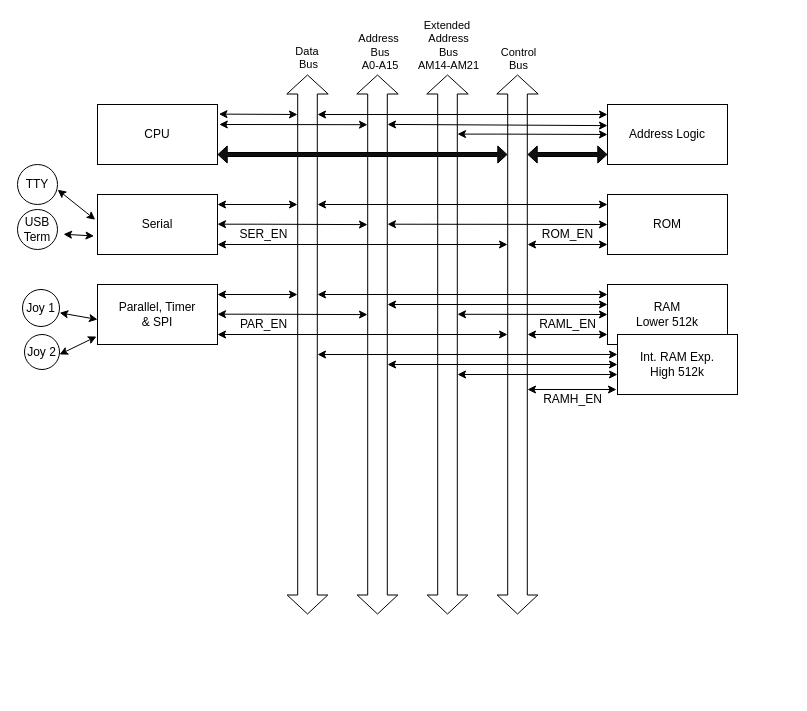
Above: img/Untitled Diagram.drawio in sperly/sperly.github.io (draw.io), before the change. Source tidied: cells renumbered, new cells numbered last; positions are measured from the earlier drawing's top-left corner, leaving out a move shared by most shapes. Both pictures are drawn from the tidied source at 100%, with x=0, y=0 at pixel (17, 74).
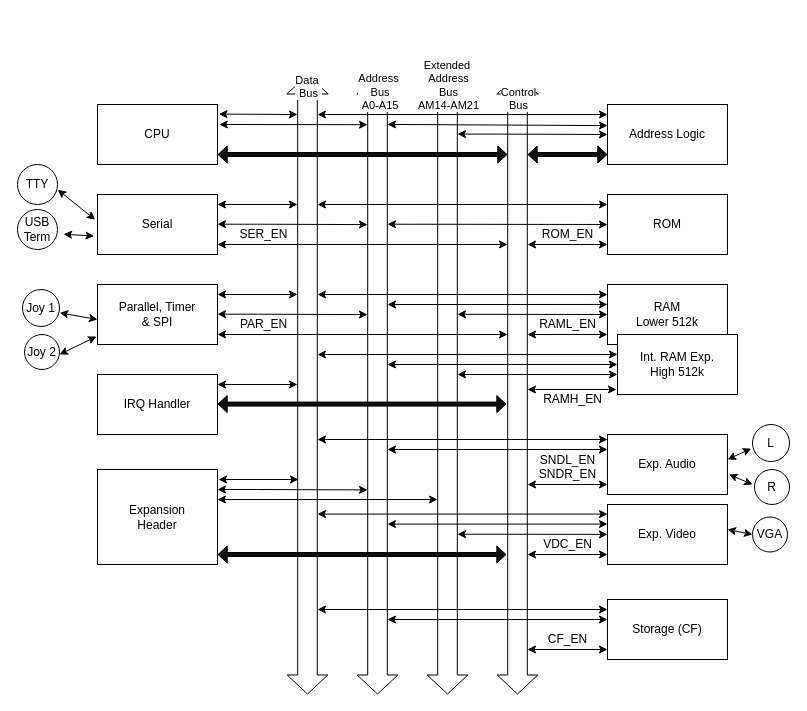
The same diagram, later.

Change to the diagram source:
```diff
@@
     <mxCell id="3" style="shape=flexArrow;endArrow=classic;startArrow=classic;html=1;rounded=0;endWidth=20.794871794871796;endSize=6;width=19.615384615384613;" parent="1" edge="1">
       <mxGeometry relative="1" as="geometry">
-        <mxPoint x="290" y="540" as="sourcePoint" />
+        <mxPoint x="290" y="620" as="sourcePoint" />
         <mxPoint x="290" as="targetPoint" />
       </mxGeometry>
     </mxCell>
@@
     <mxCell id="7" style="shape=flexArrow;endArrow=classic;startArrow=classic;html=1;rounded=0;endWidth=20.794871794871796;endSize=6;width=19.615384615384613;" parent="1" edge="1">
       <mxGeometry relative="1" as="geometry">
-        <mxPoint x="360" y="540" as="sourcePoint" />
+        <mxPoint x="360" y="620" as="sourcePoint" />
         <mxPoint x="360" as="targetPoint" />
       </mxGeometry>
     </mxCell>
@@
     <mxCell id="9" style="shape=flexArrow;endArrow=classic;startArrow=classic;html=1;rounded=0;endWidth=20.794871794871796;endSize=6;width=19.615384615384613;" parent="1" edge="1">
       <mxGeometry relative="1" as="geometry">
-        <mxPoint x="430" y="540" as="sourcePoint" />
+        <mxPoint x="430" y="620" as="sourcePoint" />
         <mxPoint x="430" as="targetPoint" />
       </mxGeometry>
     </mxCell>
@@
     <mxCell id="28" style="shape=flexArrow;endArrow=classic;startArrow=classic;html=1;rounded=0;endWidth=20.794871794871796;endSize=6;width=19.615384615384613;" parent="1" edge="1">
       <mxGeometry relative="1" as="geometry">
-        <mxPoint x="500" y="540" as="sourcePoint" />
+        <mxPoint x="500" y="620" as="sourcePoint" />
         <mxPoint x="500" as="targetPoint" />
       </mxGeometry>
     </mxCell>
@@
+    <mxCell id="54" value="IRQ Handler" style="rounded=0;whiteSpace=wrap;html=1;" parent="1" vertex="1">
+      <mxGeometry x="80" y="300" width="120" height="60" as="geometry" />
+    </mxCell>
+    <mxCell id="55" style="endArrow=classic;startArrow=classic;html=1;rounded=0;entryX=0;entryY=0.833;entryDx=0;entryDy=0;entryPerimeter=0;" parent="1" edge="1">
+      <mxGeometry relative="1" as="geometry">
+        <mxPoint x="200" y="310" as="sourcePoint" />
+        <mxPoint x="280" y="310" as="targetPoint" />
+      </mxGeometry>
+    </mxCell>
+    <mxCell id="56" style="shape=flexArrow;endArrow=classic;startArrow=classic;html=1;rounded=0;width=4;startSize=2.736842105263158;startWidth=12;endWidth=12;endSize=2.736842105263158;fillColor=#0F0F0F;" parent="1" edge="1">
+      <mxGeometry relative="1" as="geometry">
+        <mxPoint x="200" y="329.6" as="sourcePoint" />
+        <mxPoint x="489" y="329.6" as="targetPoint" />
+      </mxGeometry>
+    </mxCell>
+    <mxCell id="57" value="Exp. Audio" style="rounded=0;whiteSpace=wrap;html=1;" parent="1" vertex="1">
+      <mxGeometry x="590" y="360" width="120" height="60" as="geometry" />
+    </mxCell>
+    <mxCell id="58" value="Exp. Video" style="rounded=0;whiteSpace=wrap;html=1;" parent="1" vertex="1">
+      <mxGeometry x="590" y="430" width="120" height="60" as="geometry" />
+    </mxCell>
+    <mxCell id="59" value="Expansion&lt;div&gt;Header&lt;/div&gt;" style="rounded=0;whiteSpace=wrap;html=1;" parent="1" vertex="1">
+      <mxGeometry x="80" y="395" width="120" height="95" as="geometry" />
+    </mxCell>
+    <mxCell id="60" value="SNDL_EN&lt;div&gt;SNDR_EN&lt;/div&gt;&lt;div&gt;&lt;br&gt;&lt;/div&gt;" style="text;html=1;align=center;verticalAlign=middle;strokeColor=none;fillColor=none;rotation=0;" parent="1" vertex="1">
+      <mxGeometry x="510" y="370" width="80" height="60" as="geometry" />
+    </mxCell>
+    <mxCell id="61" style="endArrow=classic;startArrow=classic;html=1;rounded=0;entryX=0;entryY=0.833;entryDx=0;entryDy=0;entryPerimeter=0;" parent="1" edge="1">
+      <mxGeometry relative="1" as="geometry">
+        <mxPoint x="510" y="410" as="sourcePoint" />
+        <mxPoint x="590" y="410" as="targetPoint" />
+      </mxGeometry>
+    </mxCell>
+    <mxCell id="62" value="VDC_EN" style="text;html=1;align=center;verticalAlign=middle;strokeColor=none;fillColor=none;rotation=0;" parent="1" vertex="1">
+      <mxGeometry x="515" y="455" width="70" height="30" as="geometry" />
+    </mxCell>
+    <mxCell id="63" style="endArrow=classic;startArrow=classic;html=1;rounded=0;entryX=0;entryY=0.833;entryDx=0;entryDy=0;entryPerimeter=0;" parent="1" edge="1">
+      <mxGeometry relative="1" as="geometry">
+        <mxPoint x="510" y="480" as="sourcePoint" />
+        <mxPoint x="590" y="480" as="targetPoint" />
+      </mxGeometry>
+    </mxCell>
+    <mxCell id="64" style="endArrow=classic;startArrow=classic;html=1;rounded=0;entryX=0;entryY=0.833;entryDx=0;entryDy=0;entryPerimeter=0;" parent="1" edge="1">
+      <mxGeometry relative="1" as="geometry">
+        <mxPoint x="300" y="365" as="sourcePoint" />
+        <mxPoint x="590" y="365" as="targetPoint" />
+      </mxGeometry>
+    </mxCell>
+    <mxCell id="65" style="endArrow=classic;startArrow=classic;html=1;rounded=0;entryX=0;entryY=0.5;entryDx=0;entryDy=0;" parent="1" edge="1">
+      <mxGeometry relative="1" as="geometry">
+        <mxPoint x="370" y="375" as="sourcePoint" />
+        <mxPoint x="590" y="375" as="targetPoint" />
+      </mxGeometry>
+    </mxCell>
+    <mxCell id="66" style="endArrow=classic;startArrow=classic;html=1;rounded=0;entryX=0;entryY=0.833;entryDx=0;entryDy=0;entryPerimeter=0;" parent="1" edge="1">
+      <mxGeometry relative="1" as="geometry">
+        <mxPoint x="300" y="439.6" as="sourcePoint" />
+        <mxPoint x="590" y="439.6" as="targetPoint" />
+      </mxGeometry>
+    </mxCell>
+    <mxCell id="67" style="endArrow=classic;startArrow=classic;html=1;rounded=0;entryX=0;entryY=0.5;entryDx=0;entryDy=0;" parent="1" edge="1">
+      <mxGeometry relative="1" as="geometry">
+        <mxPoint x="370" y="449.6" as="sourcePoint" />
+        <mxPoint x="590" y="449.6" as="targetPoint" />
+      </mxGeometry>
+    </mxCell>
+    <mxCell id="68" style="endArrow=classic;startArrow=classic;html=1;rounded=0;entryX=0;entryY=0.5;entryDx=0;entryDy=0;" parent="1" edge="1">
+      <mxGeometry relative="1" as="geometry">
+        <mxPoint x="440" y="459.7" as="sourcePoint" />
+        <mxPoint x="590" y="459.9" as="targetPoint" />
+      </mxGeometry>
+    </mxCell>
+    <mxCell id="69" style="endArrow=classic;startArrow=classic;html=1;rounded=0;entryX=0;entryY=0.833;entryDx=0;entryDy=0;entryPerimeter=0;" parent="1" edge="1">
+      <mxGeometry relative="1" as="geometry">
+        <mxPoint x="201" y="405" as="sourcePoint" />
+        <mxPoint x="281" y="405" as="targetPoint" />
+      </mxGeometry>
+    </mxCell>
+    <mxCell id="70" style="endArrow=classic;startArrow=classic;html=1;rounded=0;entryX=0;entryY=0.5;entryDx=0;entryDy=0;strokeColor=default;align=center;verticalAlign=middle;fontFamily=Helvetica;fontSize=11;fontColor=default;labelBackgroundColor=default;" parent="1" edge="1">
+      <mxGeometry relative="1" as="geometry">
+        <mxPoint x="200" y="415" as="sourcePoint" />
+        <mxPoint x="350" y="415.4" as="targetPoint" />
+        <Array as="points">
+          <mxPoint x="240" y="415" />
+        </Array>
+      </mxGeometry>
+    </mxCell>
+    <mxCell id="71" style="endArrow=classic;startArrow=classic;html=1;rounded=0;entryX=0;entryY=0.333;entryDx=0;entryDy=0;entryPerimeter=0;" parent="1" edge="1">
+      <mxGeometry relative="1" as="geometry">
+        <mxPoint x="200" y="425" as="sourcePoint" />
+        <mxPoint x="420" y="425" as="targetPoint" />
+      </mxGeometry>
+    </mxCell>
+    <mxCell id="72" style="shape=flexArrow;endArrow=classic;startArrow=classic;html=1;rounded=0;width=4;startSize=2.736842105263158;startWidth=12;endWidth=12;endSize=2.736842105263158;fillColor=#0F0F0F;" parent="1" edge="1">
+      <mxGeometry relative="1" as="geometry">
+        <mxPoint x="200" y="480" as="sourcePoint" />
+        <mxPoint x="489" y="480" as="targetPoint" />
+      </mxGeometry>
+    </mxCell>
+    <mxCell id="73" value="Storage (CF)" style="rounded=0;whiteSpace=wrap;html=1;" parent="1" vertex="1">
+      <mxGeometry x="590" y="525" width="120" height="60" as="geometry" />
+    </mxCell>
+    <mxCell id="74" style="endArrow=classic;startArrow=classic;html=1;rounded=0;entryX=0;entryY=0.833;entryDx=0;entryDy=0;entryPerimeter=0;" parent="1" edge="1">
+      <mxGeometry relative="1" as="geometry">
+        <mxPoint x="300" y="535" as="sourcePoint" />
+        <mxPoint x="590" y="535" as="targetPoint" />
+      </mxGeometry>
+    </mxCell>
+    <mxCell id="75" style="endArrow=classic;startArrow=classic;html=1;rounded=0;entryX=0;entryY=0.5;entryDx=0;entryDy=0;" parent="1" edge="1">
+      <mxGeometry relative="1" as="geometry">
+        <mxPoint x="370" y="545" as="sourcePoint" />
+        <mxPoint x="590" y="545" as="targetPoint" />
+      </mxGeometry>
+    </mxCell>
+    <mxCell id="76" style="endArrow=classic;startArrow=classic;html=1;rounded=0;entryX=0;entryY=0.833;entryDx=0;entryDy=0;entryPerimeter=0;" parent="1" edge="1">
+      <mxGeometry relative="1" as="geometry">
+        <mxPoint x="510" y="575" as="sourcePoint" />
+        <mxPoint x="590" y="575" as="targetPoint" />
+      </mxGeometry>
+    </mxCell>
+    <mxCell id="77" value="CF_EN" style="text;html=1;align=center;verticalAlign=middle;strokeColor=none;fillColor=none;rotation=0;" parent="1" vertex="1">
+      <mxGeometry x="520" y="550" width="60" height="30" as="geometry" />
+    </mxCell>
+    <mxCell id="78" value="VGA" style="ellipse;whiteSpace=wrap;html=1;" parent="1" vertex="1">
+      <mxGeometry x="735" y="442.5" width="35" height="35" as="geometry" />
+    </mxCell>
+    <mxCell id="79" value="L" style="ellipse;whiteSpace=wrap;html=1;" parent="1" vertex="1">
+      <mxGeometry x="735" y="350" width="37" height="37" as="geometry" />
+    </mxCell>
+    <mxCell id="80" value="R" style="ellipse;whiteSpace=wrap;html=1;" parent="1" vertex="1">
+      <mxGeometry x="737" y="395" width="35" height="35" as="geometry" />
+    </mxCell>
+    <mxCell id="81" style="endArrow=classic;startArrow=classic;html=1;rounded=0;entryX=-0.036;entryY=0.651;entryDx=0;entryDy=0;entryPerimeter=0;" parent="1" edge="1" target="79">
+      <mxGeometry relative="1" as="geometry">
+        <mxPoint x="710" y="385" as="sourcePoint" />
+      </mxGeometry>
+    </mxCell>
+    <mxCell id="82" style="endArrow=classic;startArrow=classic;html=1;rounded=0;exitX=1.013;exitY=0.665;exitDx=0;exitDy=0;exitPerimeter=0;" parent="1" edge="1" source="57">
+      <mxGeometry relative="1" as="geometry">
+        <mxPoint x="735" y="410" as="targetPoint" />
+      </mxGeometry>
+    </mxCell>
+    <mxCell id="83" style="endArrow=classic;startArrow=classic;html=1;rounded=0;entryX=0;entryY=0.5;entryDx=0;entryDy=0;exitX=1.005;exitY=0.63;exitDx=0;exitDy=0;exitPerimeter=0;" parent="1" edge="1" target="78">
+      <mxGeometry relative="1" as="geometry">
+        <mxPoint x="710" y="455" as="sourcePoint" />
+      </mxGeometry>
+    </mxCell>
```
